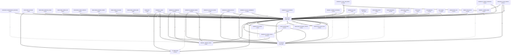
Earlier version of the Mermaid export project/compact_flow.png (semcod/nlp2cmd). Its source is kept beside it as project/compact_flow.mmd. Its diagram source:
```mermaid
flowchart TD
    benchmarks__thermodynamic_benchmark["benchmarks.thermodynamic_benchmark<br/>7 funcs"]
    demos__demo_enhanced["demos.demo_enhanced<br/>1 funcs"]
    demos__demo_intelligent_nlp2cmd["demos.demo_intelligent_nlp2cmd<br/>9 funcs"]
    demos__demo_persistent_storage["demos.demo_persistent_storage<br/>2 funcs"]
    demos__demo_schema_flow["demos.demo_schema_flow<br/>4 funcs"]
    demos__demo_version_detection["demos.demo_version_detection<br/>4 funcs"]
    demos__demo_versioned_schemas["demos.demo_versioned_schemas<br/>4 funcs"]
    demos__schema_flow_demo["demos.schema_flow_demo<br/>4 funcs"]
    demos__simple_schema_demo["demos.simple_schema_demo<br/>1 funcs"]
    docker__novnc["docker.novnc<br/>6 funcs"]
    examples__01_basics["examples.01_basics<br/>28 funcs"]
    examples__03_integrations["examples.03_integrations<br/>147 funcs"]
    examples__04_domain_specific["examples.04_domain_specific<br/>178 funcs"]
    examples__05_advanced_features["examples.05_advanced_features<br/>34 funcs"]
    examples__06_desktop_automation["examples.06_desktop_automation<br/>5 funcs"]
    examples__06_tools_and_utilities["examples.06_tools_and_utilities<br/>6 funcs"]
    examples__07_stream_protocols["examples.07_stream_protocols<br/>5 funcs"]
    examples__08_api_key_management["examples.08_api_key_management<br/>18 funcs"]
    examples__08_llm_validation["examples.08_llm_validation<br/>3 funcs"]
    examples__09_online_drawing["examples.09_online_drawing<br/>90 funcs"]
    examples__10_online_code_editors["examples.10_online_code_editors<br/>25 funcs"]
    examples___dynamic_orchestrator["examples._dynamic_orchestrator<br/>2 funcs"]
    examples___example_helpers["examples._example_helpers<br/>2 funcs"]
    examples___verbose_helper["examples._verbose_helper<br/>9 funcs"]
    examples__run_task["examples.run_task<br/>1 funcs"]
    examples__show_metrics["examples.show_metrics<br/>1 funcs"]
    networkx_3__6["networkx-3.6<br/>1833 funcs"]
    scripts__bump_version["scripts.bump_version<br/>1 funcs"]
    scripts__maintenance["scripts.maintenance<br/>82 funcs"]
    scripts__setup_external["scripts.setup_external<br/>1 funcs"]
    scripts__thermodynamic["scripts.thermodynamic<br/>48 funcs"]
    src__app2schema["src.app2schema<br/>16 funcs"]
    src__nlp2cmd["src.nlp2cmd<br/>2627 funcs"]
    tools__analysis["tools.analysis<br/>8 funcs"]
    tools__generation["tools.generation<br/>27 funcs"]
    tools__schema["tools.schema<br/>116 funcs"]
    networkx_3__6 ==>|879| src__nlp2cmd
    examples__03_integrations ==>|848| src__nlp2cmd
    examples__04_domain_specific ==>|684| src__nlp2cmd
    scripts__maintenance ==>|424| src__nlp2cmd
    examples__09_online_drawing ==>|416| src__nlp2cmd
    examples__01_basics ==>|292| src__nlp2cmd
    scripts__thermodynamic ==>|165| src__nlp2cmd
    examples__05_advanced_features ==>|161| src__nlp2cmd
    examples__10_online_code_editors ==>|144| src__nlp2cmd
    tools__schema ==>|132| src__nlp2cmd
    examples__07_stream_protocols ==>|96| src__nlp2cmd
    examples__08_api_key_management ==>|90| src__nlp2cmd
    examples__01_basics ==>|83| examples___example_helpers
    examples__06_tools_and_utilities ==>|79| src__nlp2cmd
    tools__analysis ==>|77| src__nlp2cmd
    examples__10_online_code_editors ==>|72| examples___verbose_helper
    src__nlp2cmd ==>|67| networkx_3__6
    demos__demo_schema_flow ==>|65| src__nlp2cmd
    demos__demo_version_detection ==>|65| src__nlp2cmd
    demos__demo_versioned_schemas ==>|57| src__nlp2cmd
    tools__generation ==>|56| src__nlp2cmd
    demos__schema_flow_demo ==>|55| src__nlp2cmd
    examples__04_domain_specific ==>|50| examples___example_helpers
    examples__06_desktop_automation ==>|50| src__nlp2cmd
    examples__03_integrations ==>|49| examples___example_helpers
    benchmarks__thermodynamic_benchmark ==>|41| src__nlp2cmd
    demos__demo_persistent_storage ==>|34| src__nlp2cmd
    demos__simple_schema_demo ==>|33| src__nlp2cmd
    docker__novnc ==>|30| src__nlp2cmd
    examples__show_metrics ==>|27| src__nlp2cmd
    demos__demo_enhanced ==>|26| src__nlp2cmd
    demos__demo_intelligent_nlp2cmd ==>|26| src__nlp2cmd
    examples___verbose_helper ==>|25| src__nlp2cmd
    examples__08_llm_validation ==>|24| src__nlp2cmd
    examples__09_online_drawing ==>|21| examples___verbose_helper
    examples__run_task ==>|16| src__nlp2cmd
    scripts__setup_external ==>|15| src__nlp2cmd
    examples___dynamic_orchestrator ==>|11| src__nlp2cmd
    examples__05_advanced_features ==>|10| examples___example_helpers
    examples__09_online_drawing ==>|7| networkx_3__6
    scripts__thermodynamic ==>|5| examples__04_domain_specific
    examples__01_basics ==>|5| src__app2schema
    examples___example_helpers ==>|4| src__nlp2cmd
    scripts__bump_version ==>|4| src__nlp2cmd
    demos__demo_enhanced ==>|4| src__app2schema
    src__app2schema ==>|4| src__nlp2cmd
    examples__04_domain_specific -->|3| networkx_3__6
    examples__06_desktop_automation -->|3| examples___verbose_helper
    examples__05_advanced_features -->|3| src__app2schema
    demos__demo_intelligent_nlp2cmd -->|1| networkx_3__6
    scripts__thermodynamic -->|1| networkx_3__6
    tools__schema -->|1| networkx_3__6
    tools__generation -->|1| networkx_3__6
    src__nlp2cmd -->|1| src__app2schema
```
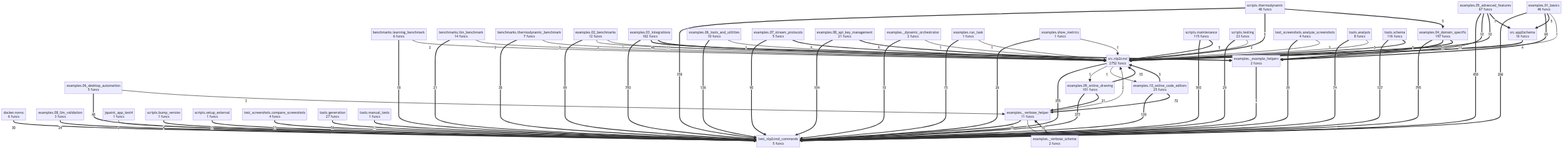
The same file after the commit.

The edit, as a diff of the source:
```diff
@@ -1,91 +1,111 @@
 flowchart TD
+    benchmarks__learning_benchmark["benchmarks.learning_benchmark<br/>6 funcs"]
+    benchmarks__llm_benchmark["benchmarks.llm_benchmark<br/>14 funcs"]
     benchmarks__thermodynamic_benchmark["benchmarks.thermodynamic_benchmark<br/>7 funcs"]
-    demos__demo_enhanced["demos.demo_enhanced<br/>1 funcs"]
-    demos__demo_intelligent_nlp2cmd["demos.demo_intelligent_nlp2cmd<br/>9 funcs"]
-    demos__demo_persistent_storage["demos.demo_persistent_storage<br/>2 funcs"]
-    demos__demo_schema_flow["demos.demo_schema_flow<br/>4 funcs"]
-    demos__demo_version_detection["demos.demo_version_detection<br/>4 funcs"]
-    demos__demo_versioned_schemas["demos.demo_versioned_schemas<br/>4 funcs"]
-    demos__schema_flow_demo["demos.schema_flow_demo<br/>4 funcs"]
-    demos__simple_schema_demo["demos.simple_schema_demo<br/>1 funcs"]
     docker__novnc["docker.novnc<br/>6 funcs"]
-    examples__01_basics["examples.01_basics<br/>28 funcs"]
-    examples__03_integrations["examples.03_integrations<br/>147 funcs"]
-    examples__04_domain_specific["examples.04_domain_specific<br/>178 funcs"]
-    examples__05_advanced_features["examples.05_advanced_features<br/>34 funcs"]
+    examples__01_basics["examples.01_basics<br/>46 funcs"]
+    examples__02_benchmarks["examples.02_benchmarks<br/>12 funcs"]
+    examples__03_integrations["examples.03_integrations<br/>162 funcs"]
+    examples__04_domain_specific["examples.04_domain_specific<br/>197 funcs"]
+    examples__05_advanced_features["examples.05_advanced_features<br/>67 funcs"]
     examples__06_desktop_automation["examples.06_desktop_automation<br/>5 funcs"]
-    examples__06_tools_and_utilities["examples.06_tools_and_utilities<br/>6 funcs"]
+    examples__06_tools_and_utilities["examples.06_tools_and_utilities<br/>10 funcs"]
     examples__07_stream_protocols["examples.07_stream_protocols<br/>5 funcs"]
-    examples__08_api_key_management["examples.08_api_key_management<br/>18 funcs"]
+    examples__08_api_key_management["examples.08_api_key_management<br/>21 funcs"]
     examples__08_llm_validation["examples.08_llm_validation<br/>3 funcs"]
-    examples__09_online_drawing["examples.09_online_drawing<br/>90 funcs"]
+    examples__09_online_drawing["examples.09_online_drawing<br/>101 funcs"]
     examples__10_online_code_editors["examples.10_online_code_editors<br/>25 funcs"]
     examples___dynamic_orchestrator["examples._dynamic_orchestrator<br/>2 funcs"]
     examples___example_helpers["examples._example_helpers<br/>2 funcs"]
-    examples___verbose_helper["examples._verbose_helper<br/>9 funcs"]
+    examples___verbose_helper["examples._verbose_helper<br/>11 funcs"]
+    examples___verbose_schema["examples._verbose_schema<br/>2 funcs"]
     examples__run_task["examples.run_task<br/>1 funcs"]
     examples__show_metrics["examples.show_metrics<br/>1 funcs"]
-    networkx_3__6["networkx-3.6<br/>1833 funcs"]
+    jspaint_app_test4["jspaint_app_test4<br/>1 funcs"]
     scripts__bump_version["scripts.bump_version<br/>1 funcs"]
-    scripts__maintenance["scripts.maintenance<br/>82 funcs"]
+    scripts__maintenance["scripts.maintenance<br/>115 funcs"]
     scripts__setup_external["scripts.setup_external<br/>1 funcs"]
+    scripts__testing["scripts.testing<br/>23 funcs"]
     scripts__thermodynamic["scripts.thermodynamic<br/>48 funcs"]
     src__app2schema["src.app2schema<br/>16 funcs"]
-    src__nlp2cmd["src.nlp2cmd<br/>2627 funcs"]
+    src__nlp2cmd["src.nlp2cmd<br/>2752 funcs"]
+    test_nlp2cmd_commands["test_nlp2cmd_commands<br/>5 funcs"]
+    test_screenshots__analyze_screenshots["test_screenshots.analyze_screenshots<br/>4 funcs"]
+    test_screenshots__compare_screenshots["test_screenshots.compare_screenshots<br/>4 funcs"]
     tools__analysis["tools.analysis<br/>8 funcs"]
     tools__generation["tools.generation<br/>27 funcs"]
+    tools__manual_tests["tools.manual_tests<br/>1 funcs"]
     tools__schema["tools.schema<br/>116 funcs"]
-    networkx_3__6 ==>|879| src__nlp2cmd
-    examples__03_integrations ==>|848| src__nlp2cmd
-    examples__04_domain_specific ==>|684| src__nlp2cmd
-    scripts__maintenance ==>|424| src__nlp2cmd
-    examples__09_online_drawing ==>|416| src__nlp2cmd
-    examples__01_basics ==>|292| src__nlp2cmd
-    scripts__thermodynamic ==>|165| src__nlp2cmd
-    examples__05_advanced_features ==>|161| src__nlp2cmd
-    examples__10_online_code_editors ==>|144| src__nlp2cmd
-    tools__schema ==>|132| src__nlp2cmd
-    examples__07_stream_protocols ==>|96| src__nlp2cmd
-    examples__08_api_key_management ==>|90| src__nlp2cmd
-    examples__01_basics ==>|83| examples___example_helpers
-    examples__06_tools_and_utilities ==>|79| src__nlp2cmd
-    tools__analysis ==>|77| src__nlp2cmd
+    examples__04_domain_specific ==>|795| test_nlp2cmd_commands
+    examples__03_integrations ==>|793| test_nlp2cmd_commands
+    scripts__maintenance ==>|593| test_nlp2cmd_commands
+    examples__05_advanced_features ==>|458| test_nlp2cmd_commands
+    examples__09_online_drawing ==>|377| test_nlp2cmd_commands
+    src__nlp2cmd ==>|355| test_nlp2cmd_commands
+    examples__01_basics ==>|266| test_nlp2cmd_commands
+    scripts__thermodynamic ==>|159| test_nlp2cmd_commands
+    examples__10_online_code_editors ==>|139| test_nlp2cmd_commands
+    examples__06_tools_and_utilities ==>|136| test_nlp2cmd_commands
+    tools__schema ==>|127| test_nlp2cmd_commands
+    examples__08_api_key_management ==>|104| test_nlp2cmd_commands
+    examples__07_stream_protocols ==>|90| test_nlp2cmd_commands
+    tools__analysis ==>|74| test_nlp2cmd_commands
     examples__10_online_code_editors ==>|72| examples___verbose_helper
-    src__nlp2cmd ==>|67| networkx_3__6
-    demos__demo_schema_flow ==>|65| src__nlp2cmd
-    demos__demo_version_detection ==>|65| src__nlp2cmd
-    demos__demo_versioned_schemas ==>|57| src__nlp2cmd
-    tools__generation ==>|56| src__nlp2cmd
-    demos__schema_flow_demo ==>|55| src__nlp2cmd
+    examples__02_benchmarks ==>|69| test_nlp2cmd_commands
+    examples__01_basics ==>|69| examples___example_helpers
+    tools__generation ==>|56| test_nlp2cmd_commands
     examples__04_domain_specific ==>|50| examples___example_helpers
-    examples__06_desktop_automation ==>|50| src__nlp2cmd
-    examples__03_integrations ==>|49| examples___example_helpers
-    benchmarks__thermodynamic_benchmark ==>|41| src__nlp2cmd
-    demos__demo_persistent_storage ==>|34| src__nlp2cmd
-    demos__simple_schema_demo ==>|33| src__nlp2cmd
-    docker__novnc ==>|30| src__nlp2cmd
-    examples__show_metrics ==>|27| src__nlp2cmd
-    demos__demo_enhanced ==>|26| src__nlp2cmd
-    demos__demo_intelligent_nlp2cmd ==>|26| src__nlp2cmd
-    examples___verbose_helper ==>|25| src__nlp2cmd
-    examples__08_llm_validation ==>|24| src__nlp2cmd
+    examples__03_integrations ==>|48| examples___example_helpers
+    examples__06_desktop_automation ==>|48| test_nlp2cmd_commands
+    test_screenshots__analyze_screenshots ==>|39| test_nlp2cmd_commands
+    benchmarks__thermodynamic_benchmark ==>|38| test_nlp2cmd_commands
+    docker__novnc ==>|30| test_nlp2cmd_commands
+    scripts__testing ==>|29| test_nlp2cmd_commands
+    examples__show_metrics ==>|26| test_nlp2cmd_commands
+    examples___verbose_helper ==>|25| test_nlp2cmd_commands
+    examples__08_llm_validation ==>|24| test_nlp2cmd_commands
     examples__09_online_drawing ==>|21| examples___verbose_helper
-    examples__run_task ==>|16| src__nlp2cmd
-    scripts__setup_external ==>|15| src__nlp2cmd
-    examples___dynamic_orchestrator ==>|11| src__nlp2cmd
+    benchmarks__llm_benchmark ==>|21| test_nlp2cmd_commands
+    test_screenshots__compare_screenshots ==>|21| test_nlp2cmd_commands
+    benchmarks__learning_benchmark ==>|18| test_nlp2cmd_commands
+    examples__run_task ==>|15| test_nlp2cmd_commands
+    examples__09_online_drawing ==>|15| src__nlp2cmd
+    scripts__setup_external ==>|15| test_nlp2cmd_commands
+    examples__03_integrations ==>|11| src__nlp2cmd
+    examples__04_domain_specific ==>|11| src__nlp2cmd
+    tools__manual_tests ==>|11| test_nlp2cmd_commands
+    examples___verbose_schema ==>|10| examples___verbose_helper
+    examples___dynamic_orchestrator ==>|10| test_nlp2cmd_commands
     examples__05_advanced_features ==>|10| examples___example_helpers
-    examples__09_online_drawing ==>|7| networkx_3__6
+    examples__05_advanced_features ==>|10| src__nlp2cmd
+    examples__08_api_key_management ==>|9| src__nlp2cmd
+    examples__05_advanced_features ==>|7| src__app2schema
+    examples__07_stream_protocols ==>|6| src__nlp2cmd
+    scripts__thermodynamic ==>|6| src__nlp2cmd
+    examples__01_basics ==>|5| src__app2schema
+    examples__10_online_code_editors ==>|5| src__nlp2cmd
+    tools__schema ==>|5| src__nlp2cmd
     scripts__thermodynamic ==>|5| examples__04_domain_specific
-    examples__01_basics ==>|5| src__app2schema
-    examples___example_helpers ==>|4| src__nlp2cmd
-    scripts__bump_version ==>|4| src__nlp2cmd
-    demos__demo_enhanced ==>|4| src__app2schema
+    scripts__maintenance ==>|5| src__nlp2cmd
+    examples___example_helpers ==>|4| test_nlp2cmd_commands
     src__app2schema ==>|4| src__nlp2cmd
-    examples__04_domain_specific -->|3| networkx_3__6
+    scripts__bump_version ==>|4| test_nlp2cmd_commands
     examples__06_desktop_automation -->|3| examples___verbose_helper
-    examples__05_advanced_features -->|3| src__app2schema
-    demos__demo_intelligent_nlp2cmd -->|1| networkx_3__6
-    scripts__thermodynamic -->|1| networkx_3__6
-    tools__schema -->|1| networkx_3__6
-    tools__generation -->|1| networkx_3__6
-    src__nlp2cmd -->|1| src__app2schema
+    benchmarks__llm_benchmark -->|3| src__nlp2cmd
+    benchmarks__thermodynamic_benchmark -->|3| src__nlp2cmd
+    tools__analysis -->|3| src__nlp2cmd
+    jspaint_app_test4 -->|2| test_nlp2cmd_commands
+    examples___verbose_helper -->|2| src__nlp2cmd
+    examples__02_benchmarks -->|2| examples___example_helpers
+    benchmarks__learning_benchmark -->|2| src__nlp2cmd
+    scripts__testing -->|2| src__nlp2cmd
+    test_screenshots__analyze_screenshots -->|2| src__nlp2cmd
+    examples__show_metrics -->|1| src__nlp2cmd
+    examples___dynamic_orchestrator -->|1| src__nlp2cmd
+    examples___verbose_helper -->|1| examples___verbose_schema
+    examples__run_task -->|1| src__nlp2cmd
+    examples__06_tools_and_utilities -->|1| src__nlp2cmd
+    examples__02_benchmarks -->|1| src__nlp2cmd
+    examples__01_basics -->|1| src__nlp2cmd
+    src__nlp2cmd -->|1| examples__09_online_drawing
+    src__nlp2cmd -->|1| examples__10_online_code_editors
```
